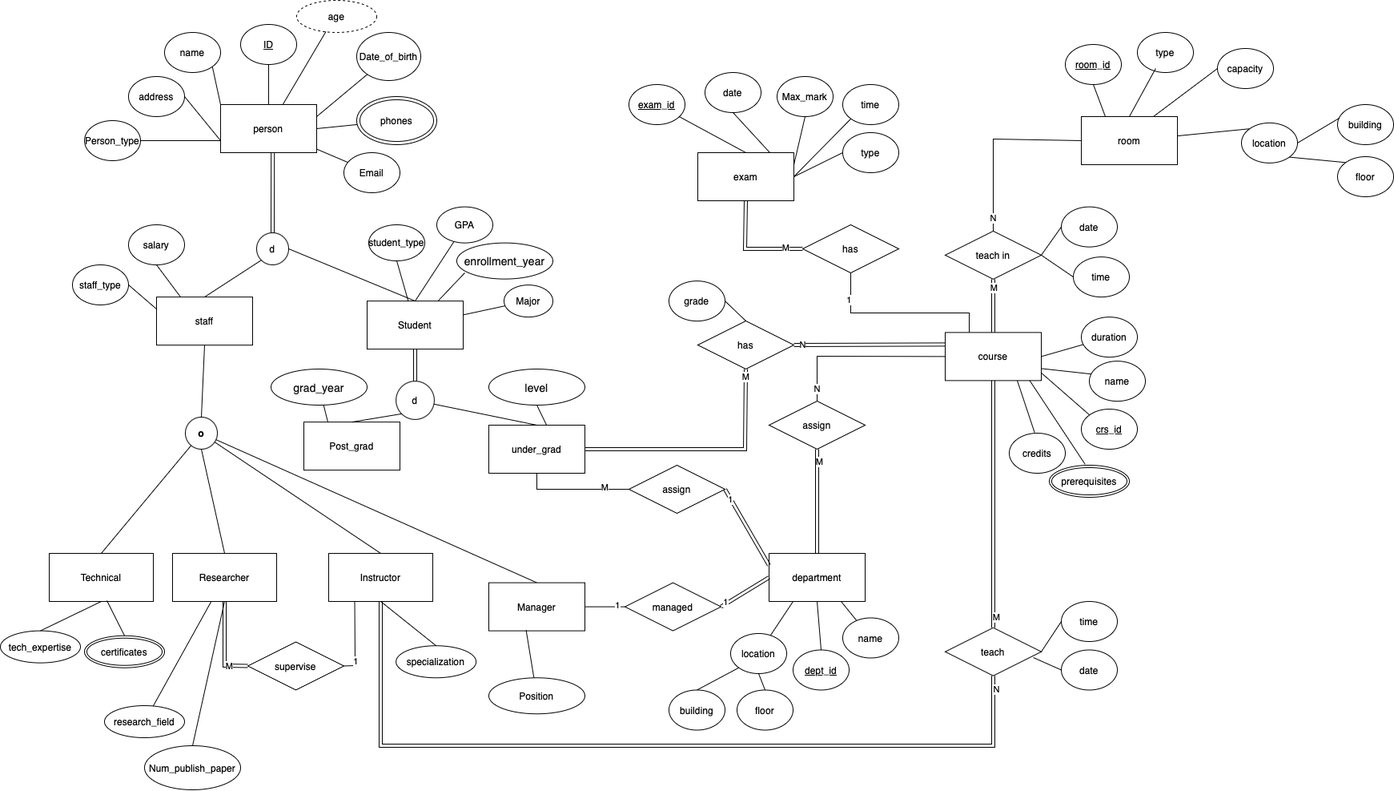
MuhamedHekal/Data-Management-System-for-a-University-Case-Study keeps this draw.io diagram as photos/CollageERD.drawio.png. Above is the earlier version. Source tidied: cells renumbered, new cells last; positions are measured from the earlier drawing's top-left corner, leaving out a move shared by most shapes.
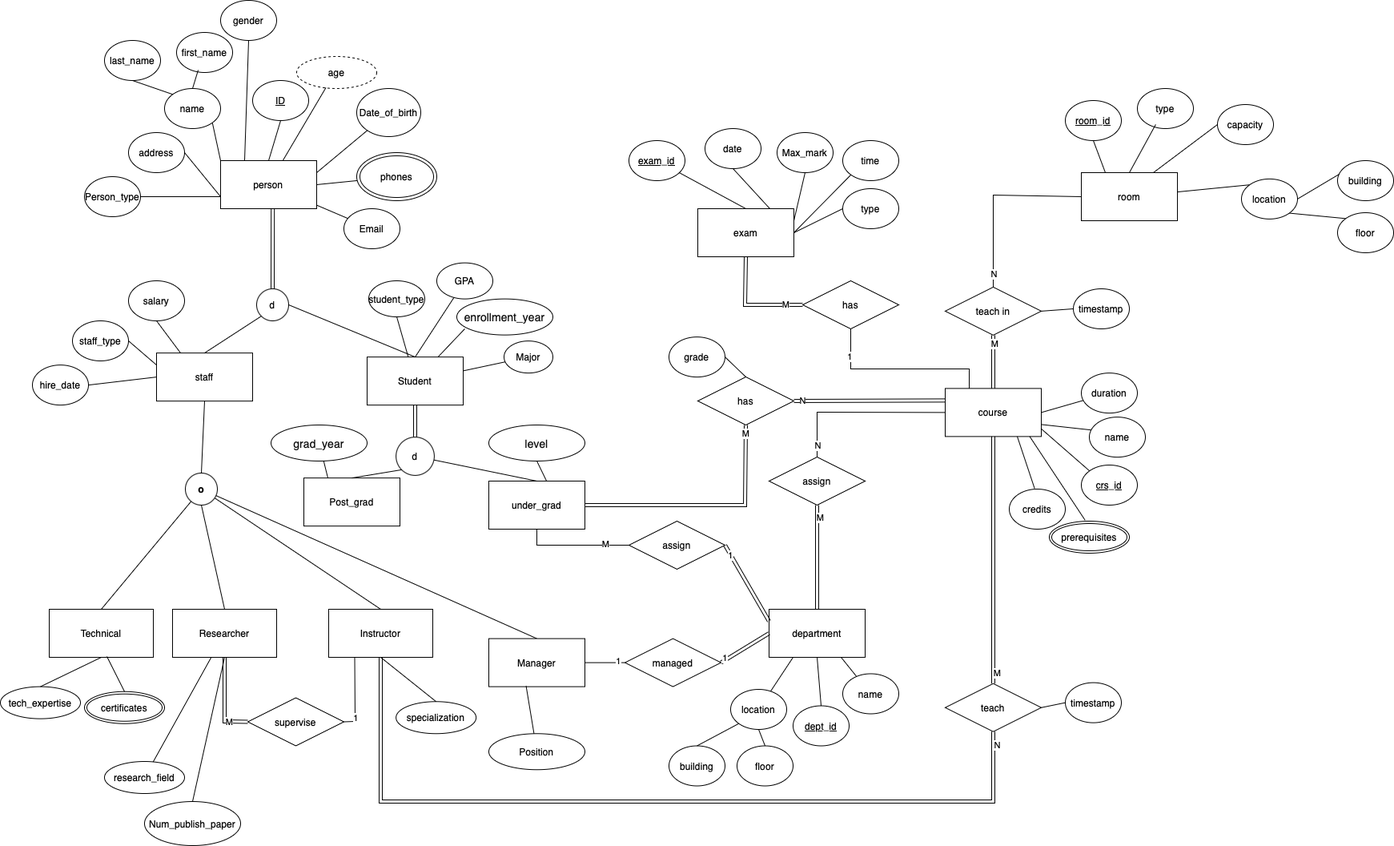
Later version of the same file.

What changed in the source:
```diff
@@ -6,7 +6,7 @@
       <mxGeometry x="275" y="130" width="120" height="60" as="geometry" />
     </mxCell>
     <mxCell id="3" value="&lt;u&gt;ID&lt;/u&gt;" style="ellipse;whiteSpace=wrap;html=1;" parent="1" vertex="1">
-      <mxGeometry x="300" y="30" width="70" height="50" as="geometry" />
+      <mxGeometry x="315" y="30" width="70" height="50" as="geometry" />
     </mxCell>
     <mxCell id="4" style="endArrow=none;html=1;rounded=0;entryX=0.5;entryY=1;entryDx=0;entryDy=0;exitX=0.5;exitY=0;exitDx=0;exitDy=0;" parent="1" edge="1" source="2" target="3">
       <mxGeometry relative="1" as="geometry" />
@@ -512,29 +512,41 @@
     <mxCell id="157" style="endArrow=none;html=1;rounded=0;exitX=0.5;exitY=1;exitDx=0;exitDy=0;entryX=0.5;entryY=0;entryDx=0;entryDy=0;" parent="1" edge="1" source="67" target="155">
       <mxGeometry relative="1" as="geometry" />
     </mxCell>
-    <mxCell id="158" value="date" style="ellipse;whiteSpace=wrap;html=1;" parent="1" vertex="1">
-      <mxGeometry x="1325" y="257.6" width="70" height="50" as="geometry" />
-    </mxCell>
-    <mxCell id="159" style="endArrow=none;html=1;rounded=0;entryX=1;entryY=0.5;entryDx=0;entryDy=0;exitX=0;exitY=0.5;exitDx=0;exitDy=0;" parent="1" edge="1" source="158" target="108">
-      <mxGeometry relative="1" as="geometry" />
-    </mxCell>
-    <mxCell id="160" value="date" style="ellipse;whiteSpace=wrap;html=1;" parent="1" vertex="1">
-      <mxGeometry x="1325" y="810.5" width="70" height="50" as="geometry" />
-    </mxCell>
-    <mxCell id="161" style="endArrow=none;html=1;rounded=0;entryX=0.917;entryY=0.621;entryDx=0;entryDy=0;exitX=0;exitY=0.5;exitDx=0;exitDy=0;entryPerimeter=0;" parent="1" edge="1" source="160" target="110">
-      <mxGeometry relative="1" as="geometry" />
-    </mxCell>
     <mxCell id="162" style="endArrow=none;html=1;rounded=0;entryX=1;entryY=0.5;entryDx=0;entryDy=0;exitX=0;exitY=0.5;exitDx=0;exitDy=0;" parent="1" edge="1" source="163" target="108">
       <mxGeometry relative="1" as="geometry" />
     </mxCell>
-    <mxCell id="163" value="time" style="ellipse;whiteSpace=wrap;html=1;" parent="1" vertex="1">
-      <mxGeometry x="1340" y="320.1" width="70" height="50" as="geometry" />
+    <mxCell id="163" value="timestamp" style="ellipse;whiteSpace=wrap;html=1;" parent="1" vertex="1">
+      <mxGeometry x="1340" y="290" width="70" height="50" as="geometry" />
     </mxCell>
-    <mxCell id="164" value="time" style="ellipse;whiteSpace=wrap;html=1;" parent="1" vertex="1">
-      <mxGeometry x="1325" y="750" width="70" height="50" as="geometry" />
+    <mxCell id="164" value="timestamp" style="ellipse;whiteSpace=wrap;html=1;" parent="1" vertex="1">
+      <mxGeometry x="1330" y="781.6" width="70" height="50" as="geometry" />
     </mxCell>
     <mxCell id="165" style="endArrow=none;html=1;rounded=0;entryX=1;entryY=0.5;entryDx=0;entryDy=0;exitX=0;exitY=0.5;exitDx=0;exitDy=0;" parent="1" edge="1" source="164" target="110">
       <mxGeometry relative="1" as="geometry" />
     </mxCell>
+    <mxCell id="166" value="hire_date" style="ellipse;whiteSpace=wrap;html=1;" parent="1" vertex="1">
+      <mxGeometry x="40" y="385.1" width="70" height="50" as="geometry" />
+    </mxCell>
+    <mxCell id="167" style="endArrow=none;html=1;rounded=0;exitX=1;exitY=0.5;exitDx=0;exitDy=0;entryX=0;entryY=0.5;entryDx=0;entryDy=0;" parent="1" edge="1" source="166" target="21">
+      <mxGeometry relative="1" as="geometry" />
+    </mxCell>
+    <mxCell id="168" value="first_name" style="ellipse;whiteSpace=wrap;html=1;" parent="1" vertex="1">
+      <mxGeometry x="220" y="-30" width="70" height="50" as="geometry" />
+    </mxCell>
+    <mxCell id="169" value="last_name" style="ellipse;whiteSpace=wrap;html=1;" parent="1" vertex="1">
+      <mxGeometry x="130" y="-20" width="70" height="50" as="geometry" />
+    </mxCell>
+    <mxCell id="170" style="endArrow=none;html=1;rounded=0;exitX=0.386;exitY=0.94;exitDx=0;exitDy=0;entryX=0.5;entryY=0;entryDx=0;entryDy=0;exitPerimeter=0;" parent="1" edge="1" source="168" target="5">
+      <mxGeometry relative="1" as="geometry" />
+    </mxCell>
+    <mxCell id="171" style="endArrow=none;html=1;rounded=0;exitX=0.5;exitY=1;exitDx=0;exitDy=0;entryX=0;entryY=0;entryDx=0;entryDy=0;" parent="1" edge="1" source="169" target="5">
+      <mxGeometry relative="1" as="geometry" />
+    </mxCell>
+    <mxCell id="172" value="gender" style="ellipse;whiteSpace=wrap;html=1;" parent="1" vertex="1">
+      <mxGeometry x="275" y="-70" width="70" height="50" as="geometry" />
+    </mxCell>
+    <mxCell id="173" style="endArrow=none;html=1;rounded=0;exitX=0.5;exitY=1;exitDx=0;exitDy=0;entryX=0.25;entryY=0;entryDx=0;entryDy=0;" parent="1" edge="1" source="172" target="2">
+      <mxGeometry relative="1" as="geometry" />
+    </mxCell>
   </root>
 </mxGraphModel>
```
